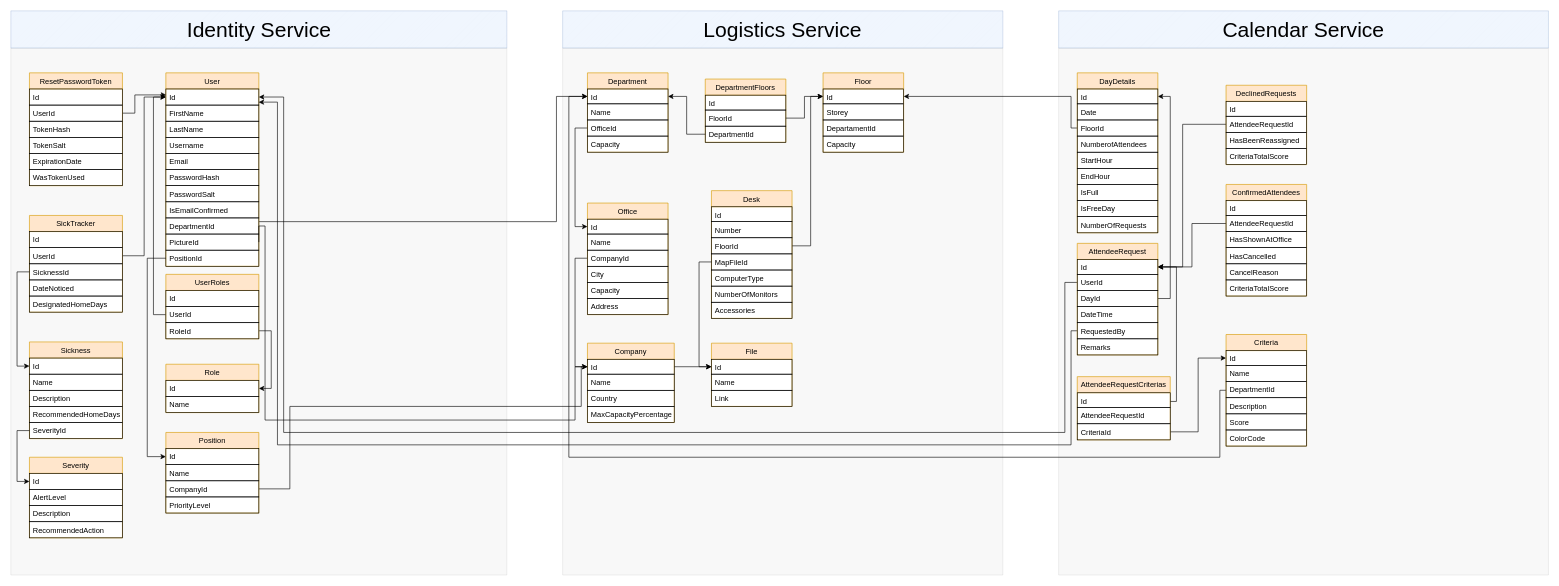
Above: Koala DB.drawio in dariusmunteanu/Diagrams (draw.io), before the change. Source tidied: cells renumbered, new cells numbered last; positions are measured from the earlier drawing's top-left corner, leaving out a move shared by most shapes. Both pictures are drawn from the tidied source at 62%, with x=0, y=0 at pixel (11, 11).
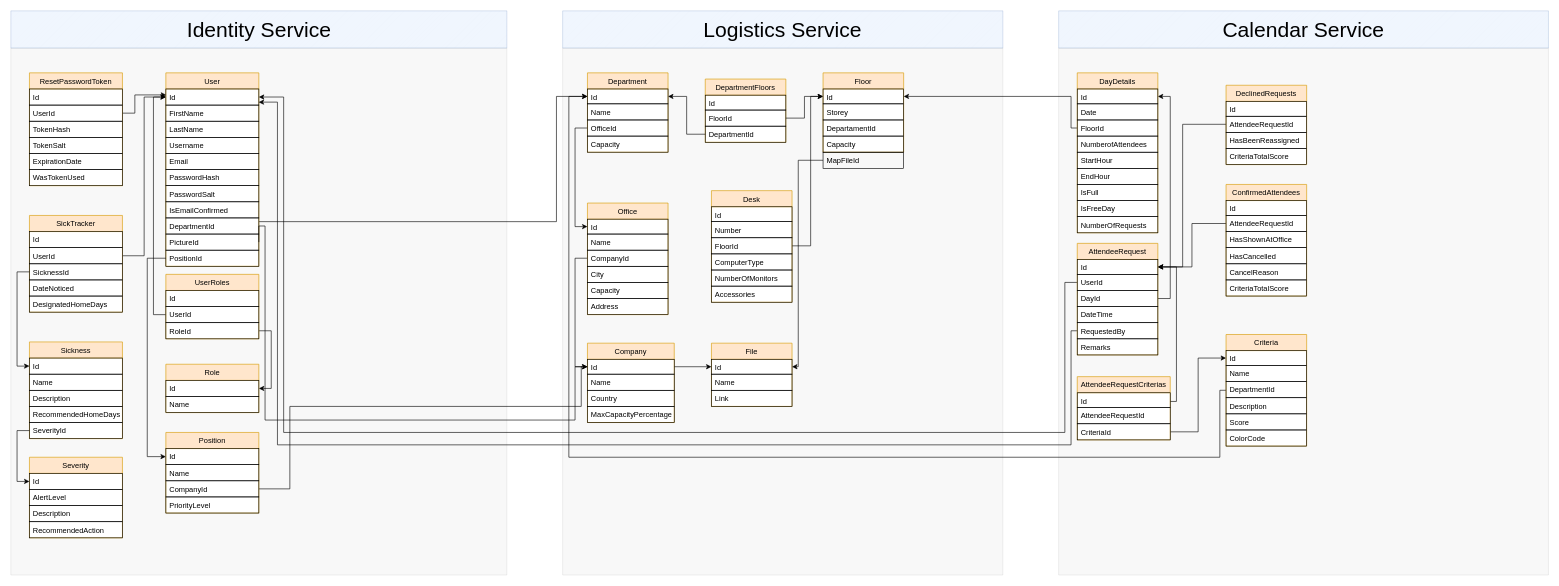
Above is the later version.

The change refers to these unchanged cells:
```xml
<mxCell id="69" value="Id" style="text;fillColor=none;align=left;verticalAlign=top;spacingLeft=4;spacingRight=4;overflow=hidden;points=[[0,0.5],[1,0.5]];portConstraint=eastwest;strokeColor=#000000;" parent="68" vertex="1">
  <mxGeometry y="26" width="130" height="24" as="geometry" />
</mxCell>
```

Change to the diagram source:
```diff
@@
     <mxCell id="60" value="Desk" style="swimlane;fontStyle=0;horizontal=1;startSize=26;fillColor=#ffe6cc;swimlaneFillColor=#ffffff;rounded=0;strokeColor=#d79b00;" parent="1" vertex="1">
-      <mxGeometry x="1130" y="290" width="130" height="206" as="geometry" />
+      <mxGeometry x="1130" y="290" width="130" height="180" as="geometry" />
     </mxCell>
@@
-    <mxCell id="64" value="MapFileId" style="text;fillColor=none;align=left;verticalAlign=top;spacingLeft=4;spacingRight=4;overflow=hidden;points=[[0,0.5],[1,0.5]];portConstraint=eastwest;strokeColor=#000000;" parent="60" vertex="1">
-      <mxGeometry y="102" width="130" height="26" as="geometry" />
-    </mxCell>
     <mxCell id="65" value="ComputerType" style="text;fillColor=none;align=left;verticalAlign=top;spacingLeft=4;spacingRight=4;overflow=hidden;strokeColor=#000000;" parent="60" vertex="1">
-      <mxGeometry y="128" width="130" height="26" as="geometry" />
+      <mxGeometry y="102" width="130" height="26" as="geometry" />
     </mxCell>
     <mxCell id="66" value="NumberOfMonitors" style="text;fillColor=none;align=left;verticalAlign=top;spacingLeft=4;spacingRight=4;overflow=hidden;strokeColor=#000000;" parent="60" vertex="1">
-      <mxGeometry y="154" width="130" height="26" as="geometry" />
+      <mxGeometry y="128" width="130" height="26" as="geometry" />
     </mxCell>
     <mxCell id="67" value="Accessories " style="text;fillColor=none;align=left;verticalAlign=top;spacingLeft=4;spacingRight=4;overflow=hidden;strokeColor=#000000;" parent="60" vertex="1">
-      <mxGeometry y="180" width="130" height="26" as="geometry" />
+      <mxGeometry y="154" width="130" height="26" as="geometry" />
     </mxCell>
@@
-    <mxCell id="130" style="edgeStyle=orthogonalEdgeStyle;rounded=0;jettySize=auto;html=1;entryX=0;entryY=0.5;entryDx=0;entryDy=0;" parent="1" edge="1" source="64" target="69">
-      <mxGeometry relative="1" as="geometry" />
+    <mxCell id="130" style="edgeStyle=orthogonalEdgeStyle;rounded=0;jettySize=auto;html=1;" parent="1" edge="1" source="64">
+      <mxGeometry relative="1" as="geometry">
+        <mxPoint x="1260" y="574" as="targetPoint" />
+        <Array as="points">
+          <mxPoint x="1270" y="241" />
+          <mxPoint x="1270" y="574" />
+        </Array>
+      </mxGeometry>
     </mxCell>
@@
+    <mxCell id="64" value="MapFileId" style="text;fillColor=none;align=left;verticalAlign=top;spacingLeft=4;spacingRight=4;overflow=hidden;points=[[0,0.5],[1,0.5]];portConstraint=eastwest;strokeColor=#000000;" parent="1" vertex="1">
+      <mxGeometry x="1310" y="228" width="130" height="26" as="geometry" />
+    </mxCell>
```
